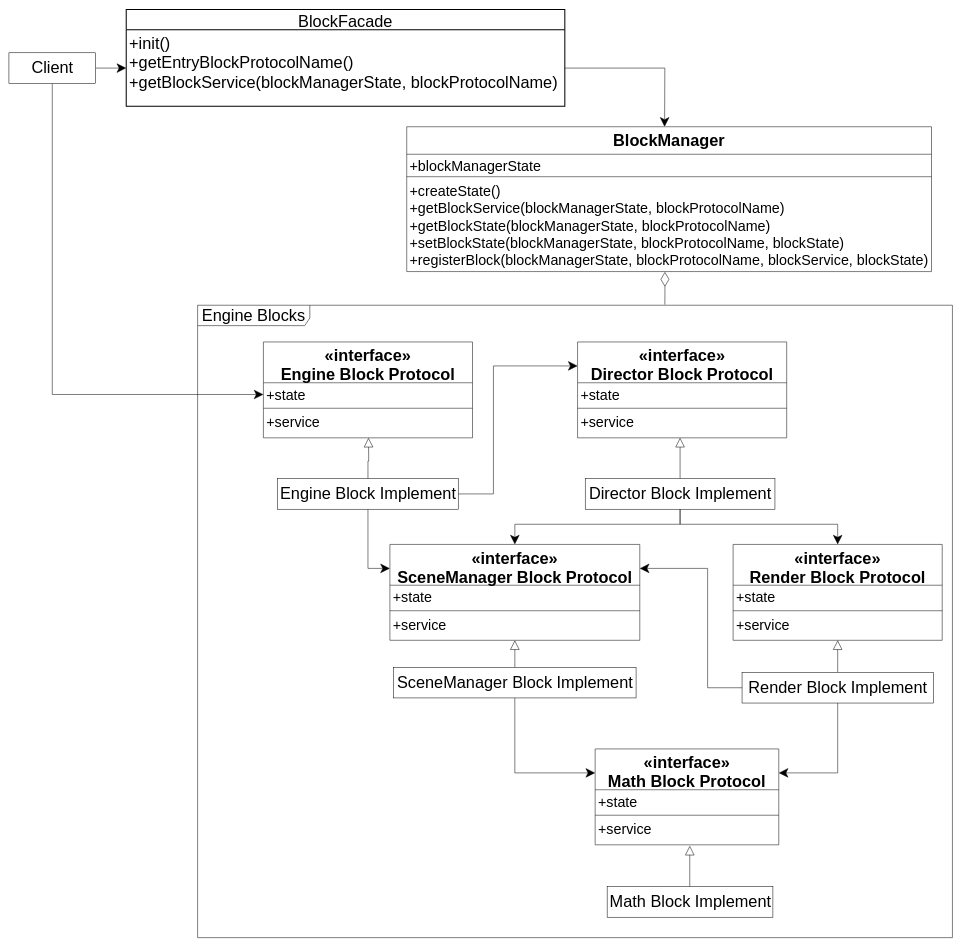
The draw.io diagram packages/积木模式/story_improve/UML.drawio in yyc-git/3DProgramPattern, before the edit. Source tidied: cells renumbered, new cells numbered last; positions are measured from the earlier drawing's top-left corner, leaving out a move shared by most shapes. Both pictures are drawn from the tidied source at 51%, with x=0, y=0 at pixel (9, 9).
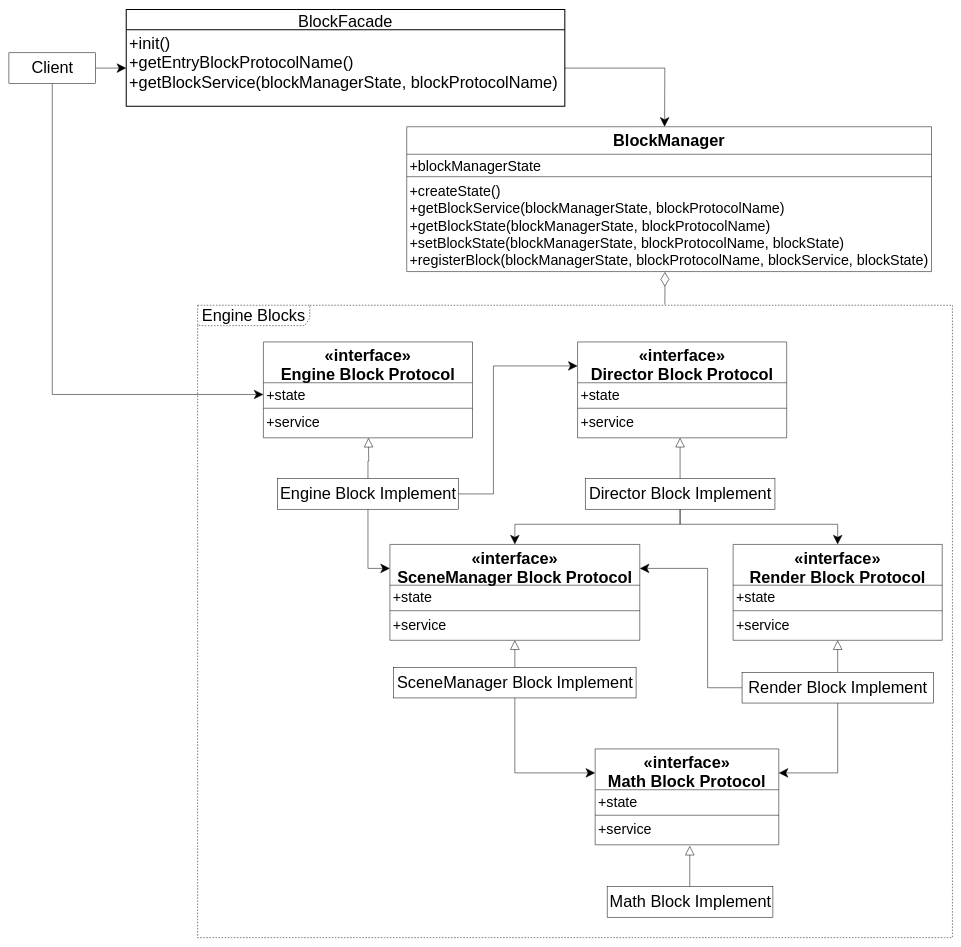
Above is the later version.

Change to the diagram source:
```diff
@@
-    <mxCell id="2" value="&lt;font style=&quot;font-size: 32px&quot;&gt;Engine Blocks&lt;/font&gt;" style="shape=umlFrame;whiteSpace=wrap;html=1;width=220;height=40;fontSize=32;" parent="1" vertex="1">
+    <mxCell id="2" value="&lt;font style=&quot;font-size: 32px&quot;&gt;Engine Blocks&lt;/font&gt;" style="shape=umlFrame;whiteSpace=wrap;html=1;width=220;height=40;fontSize=32;dashed=1;" parent="1" vertex="1">
       <mxGeometry x="370" y="580" width="1480" height="1240" as="geometry" />
     </mxCell>
```
